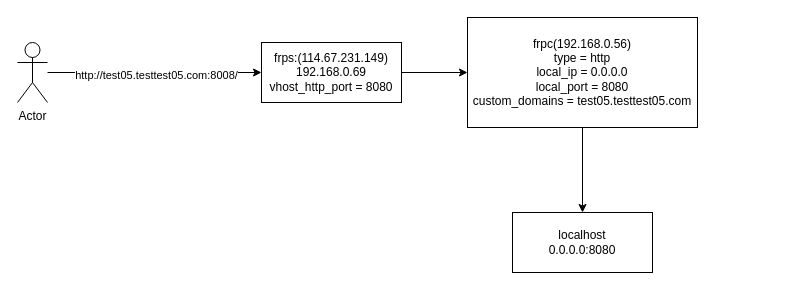
Before: page "第 2 页" (2 of 2) of docs/CProxy.drawio in ebayboy/CProxy, a draw.io diagram. Source tidied: cells renumbered, new cells numbered last; positions are measured from the earlier drawing's top-left corner, leaving out a move shared by most shapes. Both pictures are drawn from the tidied source at 100%, with x=0, y=0 at pixel (17, 17).
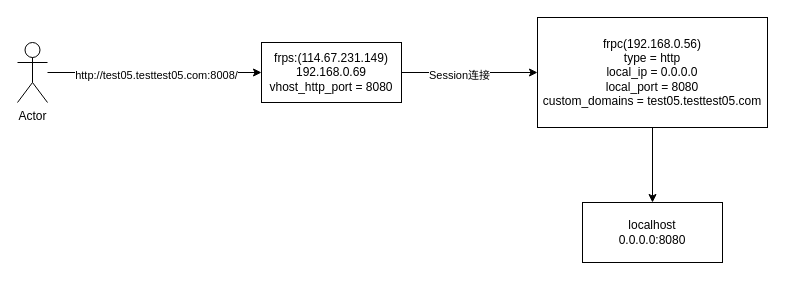
The same page after the edit.

Diff of the diagram source:
```diff
@@
 <mxGraphModel>
   <root>
     <mxCell id="0" />
     <mxCell id="1" parent="0" />
     <mxCell id="2" style="edgeStyle=orthogonalEdgeStyle;rounded=0;jettySize=auto;html=1;" parent="1" edge="1" source="3" target="6">
       <mxGeometry relative="1" as="geometry" />
     </mxCell>
     <mxCell id="3" value="frpc(192.168.0.56)&lt;br&gt;&lt;div&gt;type = http&lt;/div&gt;&lt;div&gt;local_ip = 0.0.0.0&lt;/div&gt;&lt;div&gt;local_port = 8080&lt;/div&gt;&lt;div&gt;custom_domains = test05.testtest05.com&lt;/div&gt;" style="rounded=0;whiteSpace=wrap;html=1;" parent="1" vertex="1">
-      <mxGeometry x="450" width="230" height="110" as="geometry" />
+      <mxGeometry x="520" width="230" height="110" as="geometry" />
     </mxCell>
     <mxCell id="4" style="edgeStyle=orthogonalEdgeStyle;rounded=0;jettySize=auto;html=1;" parent="1" edge="1" source="5" target="3">
       <mxGeometry relative="1" as="geometry" />
     </mxCell>
+    <mxCell id="10" value="Session连接" style="edgeLabel;html=1;align=center;verticalAlign=middle;" parent="4" vertex="1">
+      <mxGeometry x="-0.16" y="-2" relative="1" as="geometry" />
+    </mxCell>
     <mxCell id="5" value="frps:(114.67.231.149)&lt;br&gt;192.168.0.69&lt;br&gt;vhost_http_port = 8080" style="rounded=0;whiteSpace=wrap;html=1;" parent="1" vertex="1">
       <mxGeometry x="244" y="25" width="140" height="60" as="geometry" />
     </mxCell>
     <mxCell id="6" value="localhost&lt;br&gt;0.0.0.0:8080" style="rounded=0;whiteSpace=wrap;html=1;" parent="1" vertex="1">
-      <mxGeometry x="495" y="195" width="140" height="60" as="geometry" />
+      <mxGeometry x="565" y="185" width="140" height="60" as="geometry" />
     </mxCell>
     <mxCell id="7" style="edgeStyle=orthogonalEdgeStyle;rounded=0;jettySize=auto;html=1;entryX=0;entryY=0.5;entryDx=0;entryDy=0;" parent="1" edge="1" source="9" target="5">
       <mxGeometry relative="1" as="geometry" />
     </mxCell>
     <mxCell id="8" value="http://test05.testtest05.com:8008/" style="edgeLabel;html=1;align=center;verticalAlign=middle;" parent="7" vertex="1">
       <mxGeometry x="0.01" y="-2" relative="1" as="geometry" />
     </mxCell>
     <mxCell id="9" value="Actor" style="shape=umlActor;verticalLabelPosition=bottom;verticalAlign=top;html=1;outlineConnect=0;" parent="1" vertex="1">
       <mxGeometry y="25" width="30" height="60" as="geometry" />
     </mxCell>
   </root>
 </mxGraphModel>
```
